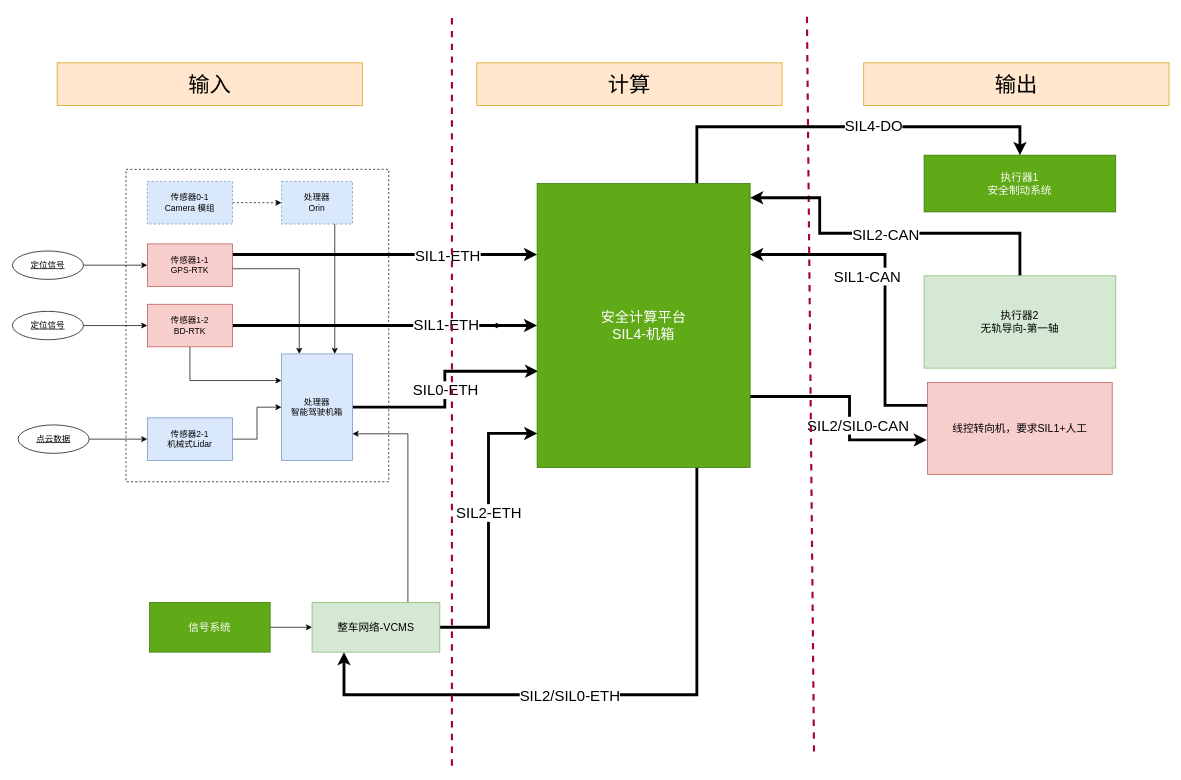
This is page "实体关系-SIL4" (1 of 3) of 马来循迹控制_SIL2方案_V2_pub230815.drawio from FrankWong-cs/SharingwithColleagues, a draw.io file, before an edit. Source tidied: cells renumbered, new cells numbered last; positions are measured from the earlier drawing's top-left corner, leaving out a move shared by most shapes. Both pictures are drawn from the tidied source at 71%, with x=0, y=0 at pixel (12, 13).
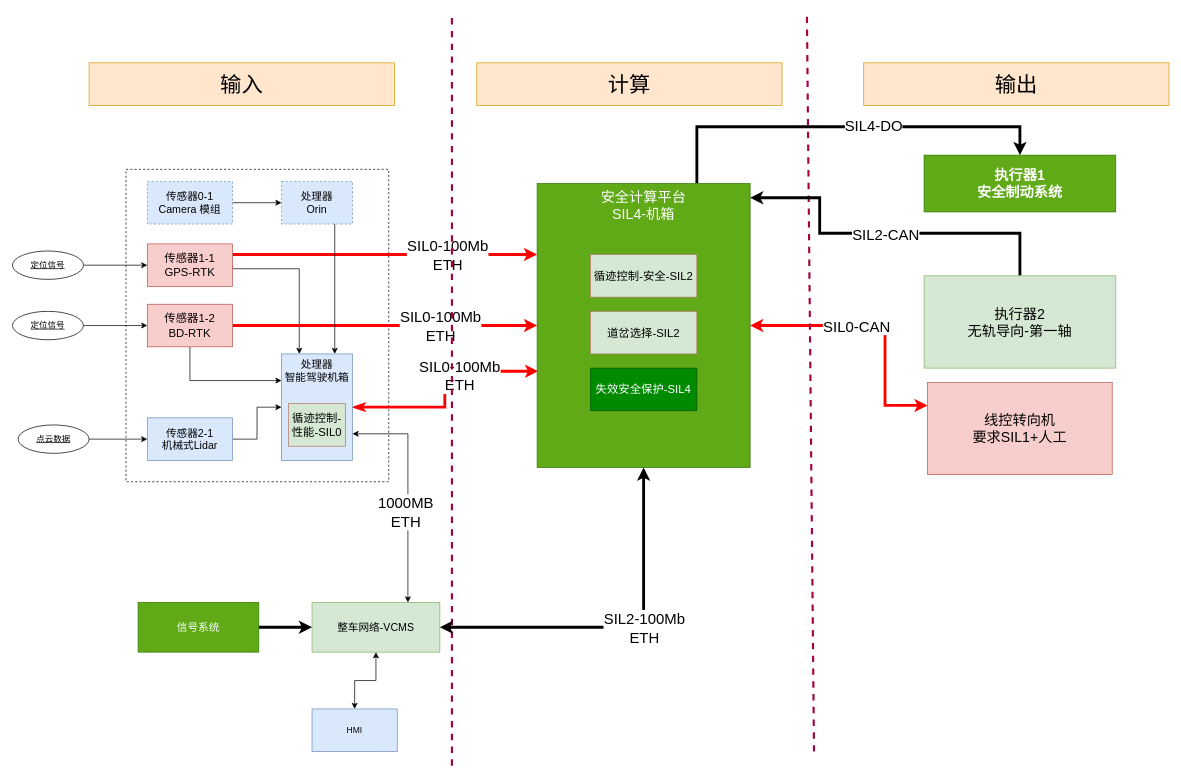
The same page after the edit.

The change refers to these unchanged cells:
```xml
<mxCell id="3" style="rounded=0;whiteSpace=wrap;html=1;fillStyle=dashed;dashed=1;" parent="1" vertex="1">
  <mxGeometry x="160" y="220" width="370" height="440" as="geometry" />
</mxCell>
<mxCell id="43" value="整车网络-VCMS" style="whiteSpace=wrap;html=1;align=center;fontSize=15;fillColor=#d5e8d4;strokeColor=#82b366;" parent="1" vertex="1">
  <mxGeometry x="422" y="830" width="180" height="70" as="geometry" />
</mxCell>
```

Change to the diagram source:
```diff
@@
-    <mxCell id="2" style="edgeStyle=orthogonalEdgeStyle;rounded=0;jettySize=auto;html=1;" parent="1" edge="1" source="3">
-      <mxGeometry relative="1" as="geometry">
-        <mxPoint x="689" y="440" as="targetPoint" />
-      </mxGeometry>
-    </mxCell>
@@
-    <mxCell id="5" style="edgeStyle=orthogonalEdgeStyle;rounded=0;jettySize=auto;html=1;exitX=1;exitY=0.25;exitDx=0;exitDy=0;entryX=0;entryY=0.25;entryDx=0;entryDy=0;strokeWidth=4;" parent="1" edge="1" source="7" target="33">
+    <mxCell id="5" style="edgeStyle=orthogonalEdgeStyle;rounded=0;jettySize=auto;html=1;exitX=1;exitY=0.25;exitDx=0;exitDy=0;entryX=0;entryY=0.25;entryDx=0;entryDy=0;strokeWidth=4;strokeColor=#FF0000;" parent="1" edge="1" source="7" target="33">
       <mxGeometry relative="1" as="geometry" />
     </mxCell>
-    <mxCell id="6" value="SIL1-ETH" style="edgeLabel;html=1;align=center;verticalAlign=middle;fontSize=21;" parent="5" vertex="1">
+    <mxCell id="6" value="SIL0-100Mb&lt;br&gt;ETH" style="edgeLabel;html=1;align=center;verticalAlign=middle;fontSize=21;" parent="5" vertex="1">
       <mxGeometry x="0.41" relative="1" as="geometry" />
     </mxCell>
-    <mxCell id="7" value="传感器1-1&lt;br&gt;GPS-RTK" style="rounded=0;whiteSpace=wrap;html=1;fillColor=#f8cecc;strokeColor=#b85450;" parent="1" vertex="1">
+    <mxCell id="7" value="传感器1-1&lt;br style=&quot;font-size: 16px;&quot;&gt;GPS-RTK" style="rounded=0;whiteSpace=wrap;html=1;fillColor=#f8cecc;strokeColor=#b85450;fontSize=16;" parent="1" vertex="1">
       <mxGeometry x="190" y="325" width="120" height="60" as="geometry" />
     </mxCell>
-    <mxCell id="8" style="edgeStyle=orthogonalEdgeStyle;rounded=0;jettySize=auto;html=1;exitX=1;exitY=0.5;exitDx=0;exitDy=0;entryX=0;entryY=0.5;entryDx=0;entryDy=0;strokeWidth=4;" parent="1" edge="1" source="11" target="33">
+    <mxCell id="8" style="edgeStyle=orthogonalEdgeStyle;rounded=0;jettySize=auto;html=1;exitX=1;exitY=0.5;exitDx=0;exitDy=0;entryX=0;entryY=0.5;entryDx=0;entryDy=0;strokeWidth=4;strokeColor=#FF0000;" parent="1" edge="1" source="11" target="33">
       <mxGeometry relative="1" as="geometry" />
     </mxCell>
-    <mxCell id="9" value="SIL1-ETH" style="edgeLabel;html=1;align=center;verticalAlign=middle;fontSize=21;" parent="8" vertex="1">
-      <mxGeometry x="0.4" y="2" relative="1" as="geometry" />
+    <mxCell id="9" value="SIL0-100Mb&lt;br&gt;ETH" style="edgeLabel;html=1;align=center;verticalAlign=middle;fontSize=21;" parent="8" vertex="1">
+      <mxGeometry x="0.4" y="2" relative="1" as="geometry">
+        <mxPoint x="-8" y="2" as="offset" />
+      </mxGeometry>
     </mxCell>
@@
-    <mxCell id="11" value="传感器1-2&lt;br&gt;BD-RTK" style="rounded=0;whiteSpace=wrap;html=1;fillColor=#f8cecc;strokeColor=#b85450;" parent="1" vertex="1">
+    <mxCell id="11" value="传感器1-2&lt;br style=&quot;font-size: 16px;&quot;&gt;BD-RTK" style="rounded=0;whiteSpace=wrap;html=1;fillColor=#f8cecc;strokeColor=#b85450;fontSize=16;" parent="1" vertex="1">
       <mxGeometry x="190" y="410" width="120" height="60" as="geometry" />
     </mxCell>
@@
-    <mxCell id="13" value="传感器2-1&lt;br&gt;机械式Lidar" style="rounded=0;whiteSpace=wrap;html=1;fillColor=#dae8fc;strokeColor=#6c8ebf;" parent="1" vertex="1">
+    <mxCell id="13" value="传感器2-1&lt;br style=&quot;font-size: 15px;&quot;&gt;机械式Lidar" style="rounded=0;whiteSpace=wrap;html=1;fillColor=#dae8fc;strokeColor=#6c8ebf;fontSize=15;" parent="1" vertex="1">
       <mxGeometry x="190" y="570" width="120" height="60" as="geometry" />
     </mxCell>
-    <mxCell id="14" style="edgeStyle=orthogonalEdgeStyle;rounded=0;jettySize=auto;html=1;exitX=1;exitY=0.5;exitDx=0;exitDy=0;dashed=1;" parent="1" edge="1" source="15" target="23">
+    <mxCell id="14" style="edgeStyle=orthogonalEdgeStyle;rounded=0;jettySize=auto;html=1;exitX=1;exitY=0.5;exitDx=0;exitDy=0;" parent="1" edge="1" source="15" target="23">
       <mxGeometry relative="1" as="geometry" />
     </mxCell>
-    <mxCell id="15" value="传感器0-1&lt;br&gt;Camera 模组" style="rounded=0;whiteSpace=wrap;html=1;dashed=1;fillColor=#dae8fc;strokeColor=#6c8ebf;" parent="1" vertex="1">
+    <mxCell id="15" value="传感器0-1&lt;br style=&quot;font-size: 15px;&quot;&gt;Camera 模组" style="rounded=0;whiteSpace=wrap;html=1;dashed=1;fillColor=#dae8fc;strokeColor=#6c8ebf;fontSize=15;" parent="1" vertex="1">
       <mxGeometry x="190" y="237" width="120" height="60" as="geometry" />
     </mxCell>
@@
-    <mxCell id="23" value="处理器&lt;br&gt;Orin" style="whiteSpace=wrap;html=1;align=center;dashed=1;fillColor=#dae8fc;strokeColor=#6c8ebf;" parent="1" vertex="1">
+    <mxCell id="23" value="处理器&lt;br style=&quot;font-size: 15px;&quot;&gt;Orin" style="whiteSpace=wrap;html=1;align=center;dashed=1;fillColor=#dae8fc;strokeColor=#6c8ebf;fontSize=15;" parent="1" vertex="1">
       <mxGeometry x="379" y="237" width="100" height="60" as="geometry" />
     </mxCell>
-    <mxCell id="24" style="edgeStyle=orthogonalEdgeStyle;rounded=0;jettySize=auto;html=1;exitX=1;exitY=0.5;exitDx=0;exitDy=0;entryX=0.005;entryY=0.661;entryDx=0;entryDy=0;strokeWidth=4;entryPerimeter=0;" parent="1" edge="1" source="26" target="33">
+    <mxCell id="24" style="edgeStyle=orthogonalEdgeStyle;rounded=0;jettySize=auto;html=1;exitX=1;exitY=0.5;exitDx=0;exitDy=0;entryX=0.005;entryY=0.661;entryDx=0;entryDy=0;strokeWidth=4;entryPerimeter=0;startArrow=classicThin;startFill=1;strokeColor=#FF0000;" parent="1" edge="1" source="26" target="33">
       <mxGeometry relative="1" as="geometry" />
     </mxCell>
-    <mxCell id="25" value="SIL0-ETH" style="edgeLabel;html=1;align=center;verticalAlign=middle;fontSize=21;" parent="24" vertex="1">
+    <mxCell id="25" value="SIL0-100Mb&lt;br&gt;ETH" style="edgeLabel;html=1;align=center;verticalAlign=middle;fontSize=21;" parent="24" vertex="1">
       <mxGeometry x="0.44" y="-2" relative="1" as="geometry">
-        <mxPoint x="-44" y="24" as="offset" />
+        <mxPoint x="-24" y="4" as="offset" />
       </mxGeometry>
     </mxCell>
-    <mxCell id="26" value="处理器&lt;br&gt;智能驾驶机箱" style="whiteSpace=wrap;html=1;align=center;fillColor=#dae8fc;strokeColor=#6c8ebf;" parent="1" vertex="1">
+    <mxCell id="26" value="处理器&lt;br style=&quot;font-size: 15px;&quot;&gt;智能驾驶机箱" style="whiteSpace=wrap;html=1;align=center;fillColor=#dae8fc;strokeColor=#6c8ebf;verticalAlign=top;fontSize=15;" parent="1" vertex="1">
       <mxGeometry x="379" y="480" width="100" height="150" as="geometry" />
     </mxCell>
-    <mxCell id="27" style="edgeStyle=orthogonalEdgeStyle;rounded=0;jettySize=auto;html=1;exitX=1;exitY=0.75;exitDx=0;exitDy=0;entryX=-0.004;entryY=0.624;entryDx=0;entryDy=0;entryPerimeter=0;strokeWidth=4;" parent="1" edge="1" source="33" target="36">
-      <mxGeometry relative="1" as="geometry">
-        <Array as="points">
-          <mxPoint x="1179" y="540" />
-          <mxPoint x="1179" y="601" />
-        </Array>
-      </mxGeometry>
-    </mxCell>
-    <mxCell id="28" value="SIL2/SIL0-CAN" style="edgeLabel;html=1;align=center;verticalAlign=middle;fontSize=21;" parent="27" vertex="1">
-      <mxGeometry x="-0.54" y="-1" relative="1" as="geometry">
-        <mxPoint x="80" y="39" as="offset" />
-      </mxGeometry>
-    </mxCell>
@@
-    <mxCell id="31" style="edgeStyle=orthogonalEdgeStyle;rounded=0;jettySize=auto;html=1;exitX=0.75;exitY=1;exitDx=0;exitDy=0;entryX=0.25;entryY=1;entryDx=0;entryDy=0;strokeWidth=4;" parent="1" edge="1" source="33" target="43">
-      <mxGeometry relative="1" as="geometry">
-        <Array as="points">
-          <mxPoint x="964" y="960" />
-          <mxPoint x="467" y="960" />
-        </Array>
-      </mxGeometry>
-    </mxCell>
-    <mxCell id="32" value="&lt;font style=&quot;font-size: 21px;&quot;&gt;SIL2/SIL0-ETH&lt;/font&gt;" style="edgeLabel;html=1;align=center;verticalAlign=middle;endArrow=classic;rounded=0;strokeColor=default;strokeWidth=4;" parent="31" vertex="1">
-      <mxGeometry x="0.14" y="1" relative="1" as="geometry" />
-    </mxCell>
-    <mxCell id="33" value="安全计算平台&lt;br style=&quot;font-size: 20px;&quot;&gt;SIL4-机箱" style="whiteSpace=wrap;html=1;align=center;fillColor=#60a917;fontColor=#ffffff;strokeColor=#2D7600;verticalAlign=middle;fontSize=20;" parent="1" vertex="1">
+    <mxCell id="33" value="安全计算平台&lt;br style=&quot;font-size: 20px;&quot;&gt;SIL4-机箱" style="whiteSpace=wrap;html=1;align=center;fillColor=#60a917;fontColor=#ffffff;strokeColor=#2D7600;verticalAlign=top;fontSize=20;" parent="1" vertex="1">
       <mxGeometry x="739" y="240" width="300" height="400" as="geometry" />
     </mxCell>
-    <mxCell id="34" style="edgeStyle=orthogonalEdgeStyle;rounded=0;jettySize=auto;html=1;exitX=0;exitY=0.25;exitDx=0;exitDy=0;entryX=1;entryY=0.25;entryDx=0;entryDy=0;strokeWidth=4;" parent="1" edge="1" source="36" target="33">
+    <mxCell id="34" style="edgeStyle=orthogonalEdgeStyle;rounded=0;jettySize=auto;html=1;exitX=0;exitY=0.25;exitDx=0;exitDy=0;entryX=1;entryY=0.5;entryDx=0;entryDy=0;strokeWidth=4;startArrow=classic;startFill=1;strokeColor=#FF0000;" parent="1" edge="1" source="36" target="33">
       <mxGeometry relative="1" as="geometry">
         <Array as="points">
-          <mxPoint x="1229" y="553" />
-          <mxPoint x="1229" y="340" />
+          <mxPoint x="1229" y="552" />
+          <mxPoint x="1229" y="440" />
         </Array>
       </mxGeometry>
     </mxCell>
-    <mxCell id="35" value="SIL1-CAN" style="edgeLabel;html=1;align=center;verticalAlign=middle;fontSize=21;" parent="34" vertex="1">
+    <mxCell id="35" value="SIL0-CAN" style="edgeLabel;html=1;align=center;verticalAlign=middle;fontSize=21;" parent="34" vertex="1">
       <mxGeometry x="0.29" y="3" relative="1" as="geometry">
-        <mxPoint y="27" as="offset" />
+        <mxPoint x="21" y="-3" as="offset" />
       </mxGeometry>
     </mxCell>
-    <mxCell id="36" value="线控转向机，要求SIL1+人工" style="whiteSpace=wrap;html=1;align=center;fontSize=15;fillColor=#f8cecc;strokeColor=#b85450;" parent="1" vertex="1">
+    <mxCell id="36" value="&lt;font style=&quot;font-size: 20px;&quot;&gt;线控转向机&lt;br&gt;要求SIL1+人工&lt;/font&gt;" style="whiteSpace=wrap;html=1;align=center;fontSize=16;fillColor=#f8cecc;strokeColor=#b85450;" parent="1" vertex="1">
       <mxGeometry x="1289" y="520" width="260" height="130" as="geometry" />
     </mxCell>
@@
-    <mxCell id="39" value="执行器1&lt;br style=&quot;font-size: 15px;&quot;&gt;安全制动系统" style="whiteSpace=wrap;html=1;align=center;fontSize=15;fillColor=#60a917;fontColor=#ffffff;strokeColor=#2D7600;" parent="1" vertex="1">
+    <mxCell id="39" value="执行器1&lt;br style=&quot;font-size: 20px;&quot;&gt;安全制动系统" style="whiteSpace=wrap;html=1;align=center;fontSize=20;fillColor=#60a917;fontColor=#ffffff;strokeColor=#2D7600;fontStyle=1;" parent="1" vertex="1">
       <mxGeometry x="1284" y="200" width="270" height="80" as="geometry" />
     </mxCell>
-    <mxCell id="40" style="edgeStyle=orthogonalEdgeStyle;rounded=0;jettySize=auto;html=1;exitX=1;exitY=0.5;exitDx=0;exitDy=0;entryX=0.001;entryY=0.88;entryDx=0;entryDy=0;entryPerimeter=0;strokeWidth=4;" parent="1" edge="1" source="43" target="33">
+    <mxCell id="40" style="edgeStyle=orthogonalEdgeStyle;rounded=0;jettySize=auto;html=1;exitX=1;exitY=0.5;exitDx=0;exitDy=0;strokeWidth=4;startArrow=classic;startFill=1;" parent="1" edge="1" source="43" target="33">
       <mxGeometry relative="1" as="geometry" />
     </mxCell>
-    <mxCell id="41" value="SIL2-ETH" style="edgeLabel;html=1;align=center;verticalAlign=middle;fontSize=21;" parent="40" vertex="1">
+    <mxCell id="41" value="SIL2-100Mb&lt;br&gt;ETH" style="edgeLabel;html=1;align=center;verticalAlign=middle;fontSize=21;" parent="40" vertex="1">
       <mxGeometry x="0.12" relative="1" as="geometry" />
     </mxCell>
-    <mxCell id="42" style="edgeStyle=orthogonalEdgeStyle;rounded=0;jettySize=auto;html=1;exitX=0.75;exitY=0;exitDx=0;exitDy=0;entryX=1;entryY=0.75;entryDx=0;entryDy=0;" parent="1" edge="1" source="43" target="26">
+    <mxCell id="42" style="edgeStyle=orthogonalEdgeStyle;rounded=0;jettySize=auto;html=1;exitX=0.75;exitY=0;exitDx=0;exitDy=0;entryX=1;entryY=0.75;entryDx=0;entryDy=0;startArrow=classic;startFill=1;" parent="1" edge="1" source="43" target="26">
       <mxGeometry relative="1" as="geometry" />
     </mxCell>
+    <mxCell id="52" value="1000MB&lt;br style=&quot;font-size: 21px;&quot;&gt;ETH" style="edgeLabel;html=1;align=center;verticalAlign=middle;fontSize=21;" parent="42" vertex="1">
+      <mxGeometry x="-0.19" y="4" relative="1" as="geometry" />
+    </mxCell>
+    <mxCell id="53" style="edgeStyle=orthogonalEdgeStyle;rounded=0;jettySize=auto;html=1;exitX=0.5;exitY=1;exitDx=0;exitDy=0;entryX=0.5;entryY=0;entryDx=0;entryDy=0;startArrow=classic;startFill=1;" parent="1" edge="1" source="43" target="54">
+      <mxGeometry relative="1" as="geometry" />
+    </mxCell>
@@
-    <mxCell id="44" style="edgeStyle=orthogonalEdgeStyle;rounded=0;jettySize=auto;html=1;exitX=1;exitY=0.5;exitDx=0;exitDy=0;entryX=0;entryY=0.5;entryDx=0;entryDy=0;" parent="1" edge="1" source="45" target="43">
+    <mxCell id="44" style="edgeStyle=orthogonalEdgeStyle;rounded=0;jettySize=auto;html=1;exitX=1;exitY=0.5;exitDx=0;exitDy=0;entryX=0;entryY=0.5;entryDx=0;entryDy=0;strokeWidth=4;" parent="1" edge="1" source="45" target="43">
       <mxGeometry relative="1" as="geometry" />
     </mxCell>
     <mxCell id="45" value="信号系统" style="whiteSpace=wrap;html=1;align=center;fontSize=15;fillColor=#60a917;fontColor=#ffffff;strokeColor=#2D7600;" parent="1" vertex="1">
-      <mxGeometry x="193" y="830" width="170" height="70" as="geometry" />
+      <mxGeometry x="177" y="830" width="170" height="70" as="geometry" />
     </mxCell>
@@
-    <mxCell id="48" value="执行器2&lt;br style=&quot;font-size: 15px;&quot;&gt;无轨导向-第一轴" style="whiteSpace=wrap;html=1;align=center;fontSize=15;fillColor=#d5e8d4;strokeColor=#82b366;" parent="1" vertex="1">
+    <mxCell id="48" value="执行器2&lt;br style=&quot;font-size: 20px;&quot;&gt;无轨导向-第一轴" style="whiteSpace=wrap;html=1;align=center;fontSize=20;fillColor=#d5e8d4;strokeColor=#82b366;" parent="1" vertex="1">
       <mxGeometry x="1284" y="370" width="270" height="130" as="geometry" />
     </mxCell>
     <mxCell id="49" value="输入" style="rounded=0;whiteSpace=wrap;html=1;fontSize=30;fillColor=#ffe6cc;strokeColor=#d79b00;" parent="1" vertex="1">
-      <mxGeometry x="63" y="70" width="430" height="60" as="geometry" />
+      <mxGeometry x="108" y="70" width="430" height="60" as="geometry" />
     </mxCell>
@@
+    <mxCell id="54" value="HMI" style="rounded=0;whiteSpace=wrap;html=1;fillColor=#dae8fc;strokeColor=#6c8ebf;" parent="1" vertex="1">
+      <mxGeometry x="422" y="980" width="120" height="60" as="geometry" />
+    </mxCell>
+    <mxCell id="55" value="循迹控制-安全-SIL2" style="rounded=0;whiteSpace=wrap;html=1;fontSize=16;fillColor=#d5e8d4;strokeColor=#b37965;" parent="1" vertex="1">
+      <mxGeometry x="814" y="340" width="150" height="60" as="geometry" />
+    </mxCell>
+    <mxCell id="56" value="道岔选择-SIL2" style="rounded=0;whiteSpace=wrap;html=1;fontSize=16;fillColor=#d5e8d4;strokeColor=#b37965;" parent="1" vertex="1">
+      <mxGeometry x="814" y="420" width="150" height="60" as="geometry" />
+    </mxCell>
+    <mxCell id="57" value="失效安全保护-SIL4" style="rounded=0;whiteSpace=wrap;html=1;fontSize=16;fillColor=#008a00;strokeColor=#005700;fontColor=#ffffff;" parent="1" vertex="1">
+      <mxGeometry x="814" y="500" width="150" height="60" as="geometry" />
+    </mxCell>
+    <mxCell id="58" value="循迹控制-性能-SIL0" style="rounded=0;whiteSpace=wrap;html=1;fontSize=16;fillColor=#d5e8d4;strokeColor=#b37965;" parent="1" vertex="1">
+      <mxGeometry x="389" y="550" width="80" height="60" as="geometry" />
+    </mxCell>
```
